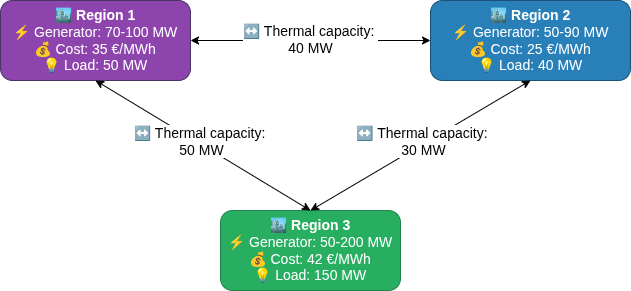
Earlier version of the draw.io export doc/assets/2_QSE_Adequacy_scheme.png (AntaresSimulatorTeam/GEMS). Source tidied: cells renumbered, new cells last; positions are measured from the earlier drawing's top-left corner, leaving out a move shared by most shapes.
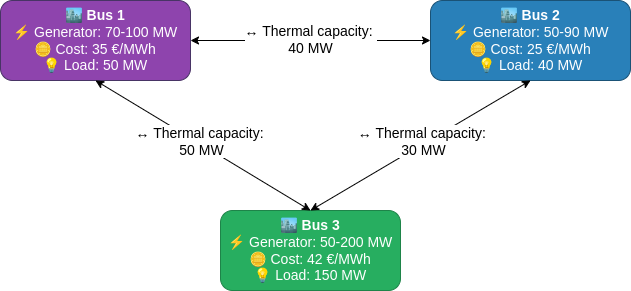
The same file after the commit.

Commit message:
Fix Adequacy scheme png

What changed in the source:
```diff
@@ -2,13 +2,13 @@
   <root>
     <mxCell id="0" />
     <mxCell id="1" parent="0" />
-    <mxCell id="2" value="&lt;b&gt;🏙️ Region 1&lt;/b&gt;&lt;br&gt;⚡ Generator: 70-100 MW&lt;br&gt;💰 Cost: 35 €/MWh&lt;br&gt;💡 Load: 50 MW" style="rounded=1;whiteSpace=wrap;html=1;fillColor=#8E44AD;strokeColor=#483465;fontColor=#FFFFFF;align=center;fontSize=14;" parent="1" vertex="1">
+    <mxCell id="2" value="&lt;b&gt;🏙️ Bus 1&lt;/b&gt;&lt;br&gt;⚡ Generator: 70-100 MW&lt;br&gt;🪙&amp;nbsp;Cost: 35 €/MWh&lt;br&gt;💡 Load: 50 MW" style="rounded=1;whiteSpace=wrap;html=1;fillColor=#8E44AD;strokeColor=#483465;fontColor=#FFFFFF;align=center;fontSize=14;" parent="1" vertex="1">
       <mxGeometry width="190" height="80" as="geometry" />
     </mxCell>
-    <mxCell id="3" value="&lt;b&gt;🏙️ Region 2&lt;/b&gt;&lt;br&gt;⚡ Generator: 50-90 MW&lt;br&gt;💰 Cost: 25 €/MWh&lt;br&gt;💡 Load: 40 MW" style="rounded=1;whiteSpace=wrap;html=1;fillColor=#2980B9;strokeColor=#1A5276;fontColor=#FFFFFF;align=center;fontSize=14;" parent="1" vertex="1">
+    <mxCell id="3" value="&lt;b&gt;🏙️ Bus 2&lt;/b&gt;&lt;br&gt;⚡ Generator: 50-90 MW&lt;br&gt;🪙&amp;nbsp;Cost: 25 €/MWh&lt;br&gt;💡 Load: 40 MW" style="rounded=1;whiteSpace=wrap;html=1;fillColor=#2980B9;strokeColor=#1A5276;fontColor=#FFFFFF;align=center;fontSize=14;" parent="1" vertex="1">
       <mxGeometry x="430" width="200" height="80" as="geometry" />
     </mxCell>
-    <mxCell id="4" value="&lt;b&gt;🏙️ Region 3&lt;/b&gt;&lt;br&gt;⚡ Generator: 50-200 MW&lt;br&gt;💰 Cost: 42 €/MWh&lt;br&gt;💡 Load: 150 MW" style="rounded=1;whiteSpace=wrap;html=1;fillColor=#27AE60;strokeColor=#1E8449;fontColor=#FFFFFF;align=center;fontSize=14;" parent="1" vertex="1">
+    <mxCell id="4" value="&lt;b&gt;🏙️ Bus 3&lt;/b&gt;&lt;br&gt;⚡ Generator: 50-200 MW&lt;br&gt;🪙&amp;nbsp;Cost: 42 €/MWh&lt;br&gt;💡 Load: 150 MW" style="rounded=1;whiteSpace=wrap;html=1;fillColor=#27AE60;strokeColor=#1E8449;fontColor=#FFFFFF;align=center;fontSize=14;" parent="1" vertex="1">
       <mxGeometry x="220" y="210" width="180" height="80" as="geometry" />
     </mxCell>
     <mxCell id="5" style="startArrow=classic;rounded=0;endArrow=classic;endFill=1;html=1;strokeColor=#000000;exitX=1;exitY=0.5;entryX=0;entryY=0.5;" parent="1" edge="1" source="2" target="3">
```
